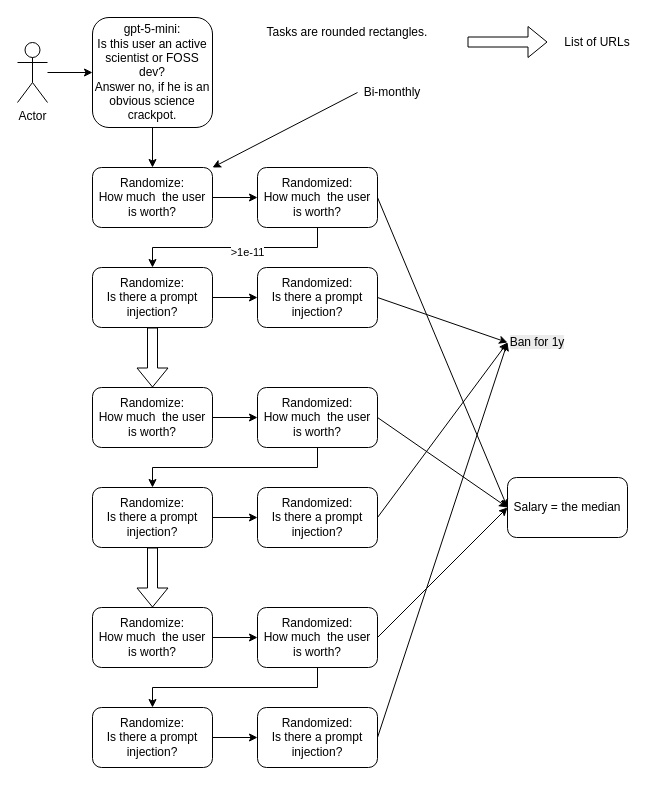
Before: docs/AI-flow-full.drawio in vporton/meritocracy, a draw.io diagram. Source tidied: cells renumbered, new cells numbered last; positions are measured from the earlier drawing's top-left corner, leaving out a move shared by most shapes. Both pictures are drawn from the tidied source at 100%, with x=0, y=0 at pixel (17, 17).
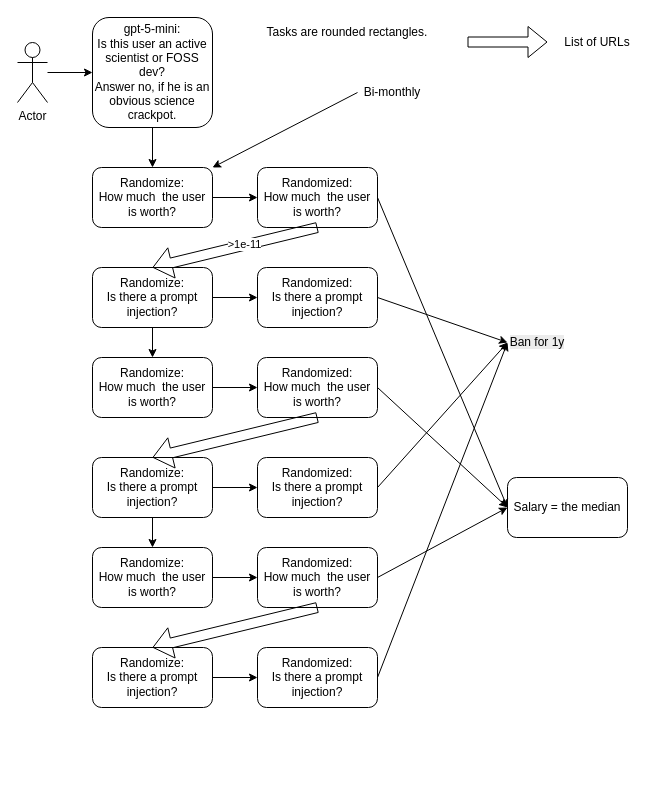
The same diagram, later.

Commit message:
fix full AI diagram

Unchanged cells that the change refers to:
```xml
<mxCell id="24" value="Randomize:&lt;br&gt;Is there a prompt injection?" style="rounded=1;whiteSpace=wrap;html=1;" parent="1" vertex="1">
  <mxGeometry x="75" y="250" width="120" height="60" as="geometry" />
</mxCell>
<mxCell id="26" value="&lt;div&gt;Randomized:&lt;/div&gt;How much&amp;nbsp; the user is worth?" style="rounded=1;whiteSpace=wrap;html=1;" parent="1" vertex="1">
  <mxGeometry x="240" y="150" width="120" height="60" as="geometry" />
</mxCell>
```

Diff of the diagram source:
```diff
@@
-    <mxCell id="10" style="shape=flexArrow;endArrow=classic;html=1;rounded=0;exitX=0.5;exitY=1;exitDx=0;exitDy=0;entryX=0.5;entryY=0;entryDx=0;entryDy=0;" parent="1" edge="1" source="24" target="30">
-      <mxGeometry relative="1" as="geometry" />
-    </mxCell>
@@
-    <mxCell id="22" style="edgeStyle=orthogonalEdgeStyle;rounded=0;jettySize=auto;html=1;exitX=0.5;exitY=1;exitDx=0;exitDy=0;" parent="1" edge="1" source="26" target="24">
+    <mxCell id="22" style="edgeStyle=orthogonalEdgeStyle;rounded=0;jettySize=auto;html=1;exitX=0.5;exitY=1;exitDx=0;exitDy=0;entryX=0.5;entryY=0;entryDx=0;entryDy=0;" parent="1" edge="1" source="24" target="30">
       <mxGeometry relative="1" as="geometry" />
     </mxCell>
-    <mxCell id="23" value="&amp;gt;&lt;span style=&quot;background-color: light-dark(#ffffff, var(--ge-dark-color, #121212)); color: light-dark(rgb(0, 0, 0), rgb(255, 255, 255));&quot;&gt;1e-11&lt;/span&gt;" style="edgeLabel;html=1;align=center;verticalAlign=middle;" parent="22" vertex="1">
-      <mxGeometry x="-0.11" y="4" relative="1" as="geometry" />
-    </mxCell>
@@
-    <mxCell id="29" style="shape=flexArrow;endArrow=classic;html=1;rounded=0;exitX=0.5;exitY=1;exitDx=0;exitDy=0;entryX=0.5;entryY=0;entryDx=0;entryDy=0;" parent="1" edge="1" source="32" target="37">
-      <mxGeometry relative="1" as="geometry" />
-    </mxCell>
     <mxCell id="30" value="&lt;div&gt;Randomize:&lt;/div&gt;How much&amp;nbsp; the user is worth?" style="rounded=1;whiteSpace=wrap;html=1;" parent="1" vertex="1">
-      <mxGeometry x="75" y="370" width="120" height="60" as="geometry" />
+      <mxGeometry x="75" y="340" width="120" height="60" as="geometry" />
     </mxCell>
-    <mxCell id="31" style="edgeStyle=orthogonalEdgeStyle;rounded=0;jettySize=auto;html=1;exitX=0.5;exitY=1;exitDx=0;exitDy=0;" parent="1" edge="1" source="34" target="32">
+    <mxCell id="31" style="edgeStyle=orthogonalEdgeStyle;rounded=0;jettySize=auto;html=1;exitX=0.5;exitY=1;exitDx=0;exitDy=0;entryX=0.5;entryY=0;entryDx=0;entryDy=0;" parent="1" edge="1" source="32" target="37">
       <mxGeometry relative="1" as="geometry" />
     </mxCell>
     <mxCell id="32" value="Randomize:&lt;br&gt;Is there a prompt injection?" style="rounded=1;whiteSpace=wrap;html=1;" parent="1" vertex="1">
-      <mxGeometry x="75" y="470" width="120" height="60" as="geometry" />
+      <mxGeometry x="75" y="440" width="120" height="60" as="geometry" />
     </mxCell>
@@
     <mxCell id="34" value="&lt;div&gt;Randomized:&lt;/div&gt;How much&amp;nbsp; the user is worth?" style="rounded=1;whiteSpace=wrap;html=1;" parent="1" vertex="1">
-      <mxGeometry x="240" y="370" width="120" height="60" as="geometry" />
+      <mxGeometry x="240" y="340" width="120" height="60" as="geometry" />
     </mxCell>
     <mxCell id="35" value="Randomized:&lt;br&gt;Is there a prompt injection?" style="rounded=1;whiteSpace=wrap;html=1;" parent="1" vertex="1">
-      <mxGeometry x="240" y="470" width="120" height="60" as="geometry" />
+      <mxGeometry x="240" y="440" width="120" height="60" as="geometry" />
     </mxCell>
@@
     <mxCell id="37" value="&lt;div&gt;Randomize:&lt;/div&gt;How much&amp;nbsp; the user is worth?" style="rounded=1;whiteSpace=wrap;html=1;" parent="1" vertex="1">
-      <mxGeometry x="75" y="590" width="120" height="60" as="geometry" />
+      <mxGeometry x="75" y="530" width="120" height="60" as="geometry" />
     </mxCell>
-    <mxCell id="38" style="edgeStyle=orthogonalEdgeStyle;rounded=0;jettySize=auto;html=1;exitX=0.5;exitY=1;exitDx=0;exitDy=0;" parent="1" edge="1" source="41" target="39">
-      <mxGeometry relative="1" as="geometry" />
-    </mxCell>
     <mxCell id="39" value="Randomize:&lt;br&gt;Is there a prompt injection?" style="rounded=1;whiteSpace=wrap;html=1;" parent="1" vertex="1">
-      <mxGeometry x="75" y="690" width="120" height="60" as="geometry" />
+      <mxGeometry x="75" y="630" width="120" height="60" as="geometry" />
     </mxCell>
@@
     <mxCell id="41" value="&lt;div&gt;Randomized:&lt;/div&gt;How much&amp;nbsp; the user is worth?" style="rounded=1;whiteSpace=wrap;html=1;" parent="1" vertex="1">
-      <mxGeometry x="240" y="590" width="120" height="60" as="geometry" />
+      <mxGeometry x="240" y="530" width="120" height="60" as="geometry" />
     </mxCell>
     <mxCell id="42" value="Randomized:&lt;br&gt;Is there a prompt injection?" style="rounded=1;whiteSpace=wrap;html=1;" parent="1" vertex="1">
-      <mxGeometry x="240" y="690" width="120" height="60" as="geometry" />
+      <mxGeometry x="240" y="630" width="120" height="60" as="geometry" />
     </mxCell>
@@
+    <mxCell id="38" style="shape=flexArrow;endArrow=classic;html=1;rounded=0;exitX=0.5;exitY=1;exitDx=0;exitDy=0;entryX=0.5;entryY=0;entryDx=0;entryDy=0;" parent="1" edge="1" source="41" target="39">
+      <mxGeometry relative="1" as="geometry" />
+    </mxCell>
+    <mxCell id="29" style="shape=flexArrow;endArrow=classic;html=1;rounded=0;exitX=0.5;exitY=1;exitDx=0;exitDy=0;entryX=0.5;entryY=0;entryDx=0;entryDy=0;" parent="1" edge="1" source="34" target="32">
+      <mxGeometry relative="1" as="geometry" />
+    </mxCell>
+    <mxCell id="10" style="shape=flexArrow;endArrow=classic;html=1;rounded=0;exitX=0.5;exitY=1;exitDx=0;exitDy=0;entryX=0.5;entryY=0;entryDx=0;entryDy=0;" parent="1" edge="1" source="26" target="24">
+      <mxGeometry relative="1" as="geometry" />
+    </mxCell>
+    <mxCell id="44" value="&amp;gt;1e-11" style="edgeLabel;html=1;align=center;verticalAlign=middle;" parent="10" vertex="1">
+      <mxGeometry x="-0.12" y="-1" relative="1" as="geometry" />
+    </mxCell>
```
